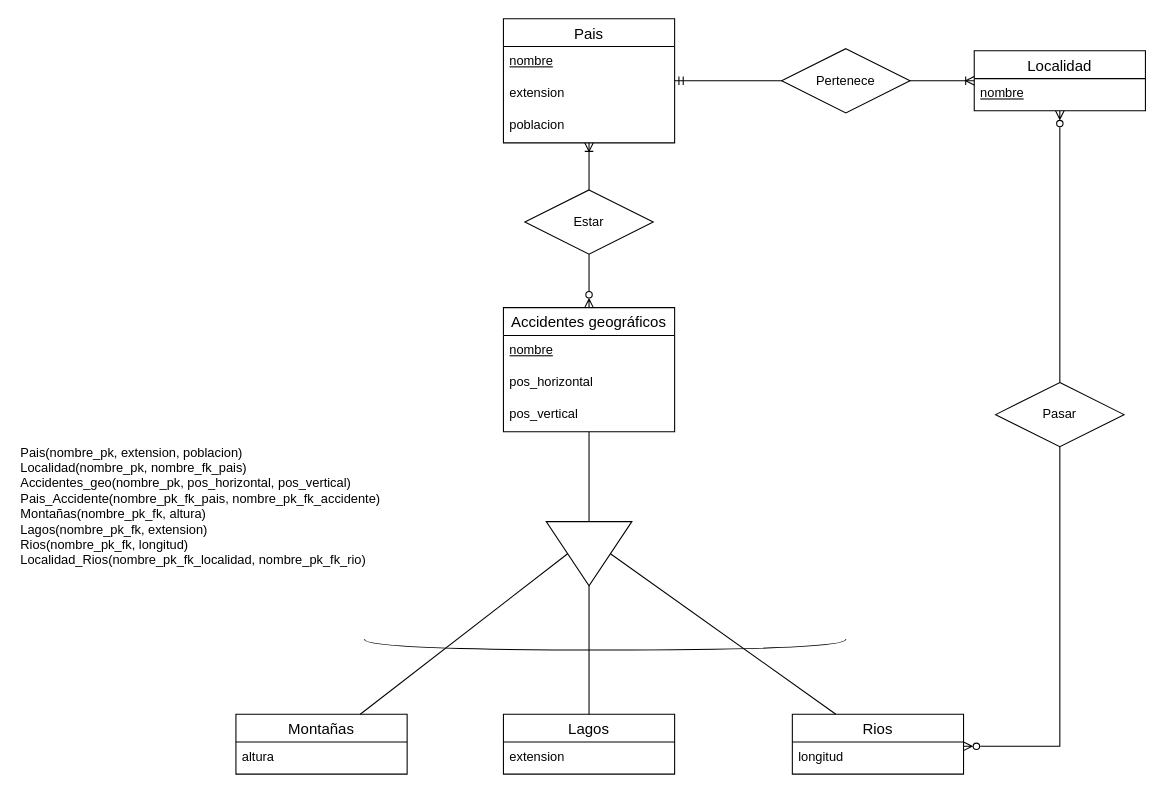
AlejandroCara/acr-tsys-modeloER-drawio-1110 keeps this draw.io diagram as TA12Ej11.drawio. Above is the earlier version. Source tidied: cells renumbered, new cells numbered last; positions are measured from the earlier drawing's top-left corner, leaving out a move shared by most shapes. Both pictures are drawn from the tidied source at 107%, with x=0, y=0 at pixel (18, 18).
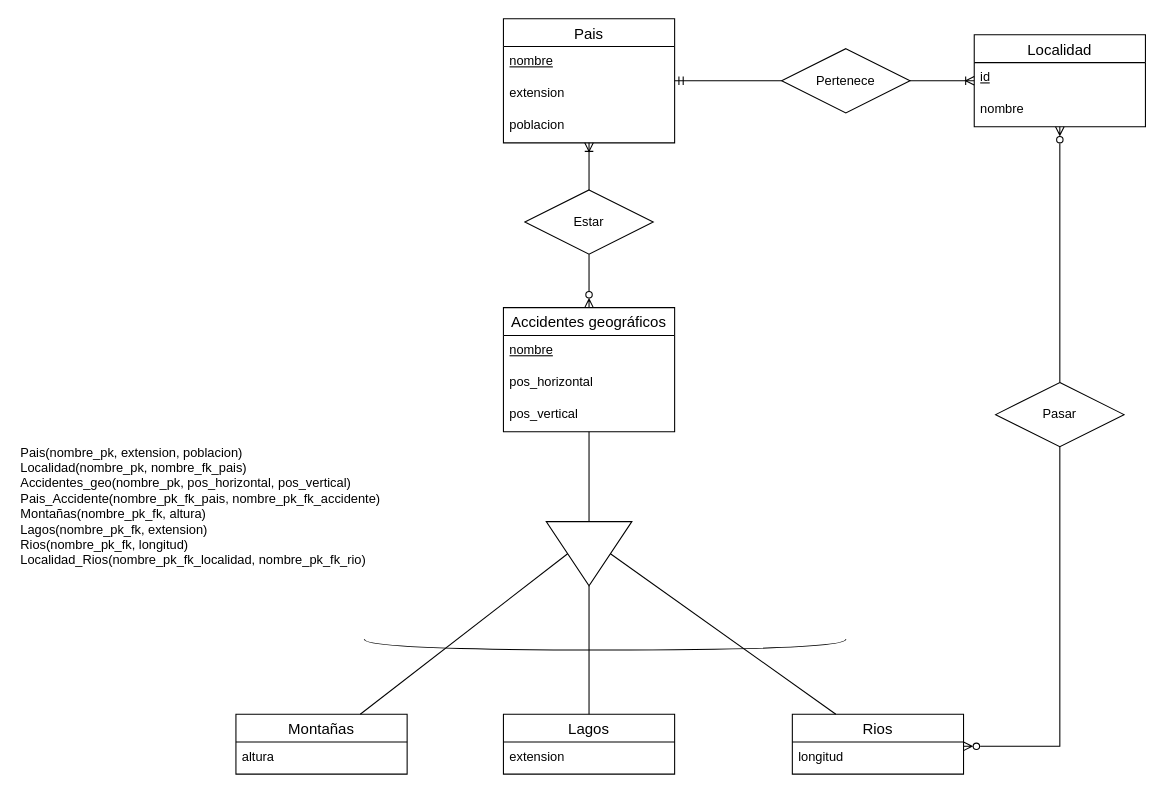
After the change.

Commit message:
añadido id a localidad

The edit, as a diff of the source:
```diff
@@
     <mxCell id="16" value="Localidad" style="swimlane;fontStyle=0;horizontal=1;startSize=26;align=center;fontSize=14;" parent="1" vertex="1">
-      <mxGeometry x="893" y="30" width="160" height="56" as="geometry" />
+      <mxGeometry x="893" y="15" width="160" height="86" as="geometry" />
     </mxCell>
-    <mxCell id="17" value="&lt;u&gt;nombre&lt;/u&gt;" style="text;strokeColor=none;fillColor=none;spacingLeft=4;spacingRight=4;overflow=hidden;fontSize=12;whiteSpace=wrap;html=1;" parent="16" vertex="1">
+    <mxCell id="17" value="&lt;u&gt;id&lt;/u&gt;" style="text;strokeColor=none;fillColor=none;spacingLeft=4;spacingRight=4;overflow=hidden;fontSize=12;whiteSpace=wrap;html=1;" parent="16" vertex="1">
       <mxGeometry y="26" width="160" height="30" as="geometry" />
     </mxCell>
+    <mxCell id="34" value="nombre" style="text;strokeColor=none;fillColor=none;spacingLeft=4;spacingRight=4;overflow=hidden;fontSize=12;whiteSpace=wrap;html=1;" parent="16" vertex="1">
+      <mxGeometry y="56" width="160" height="30" as="geometry" />
+    </mxCell>
```
